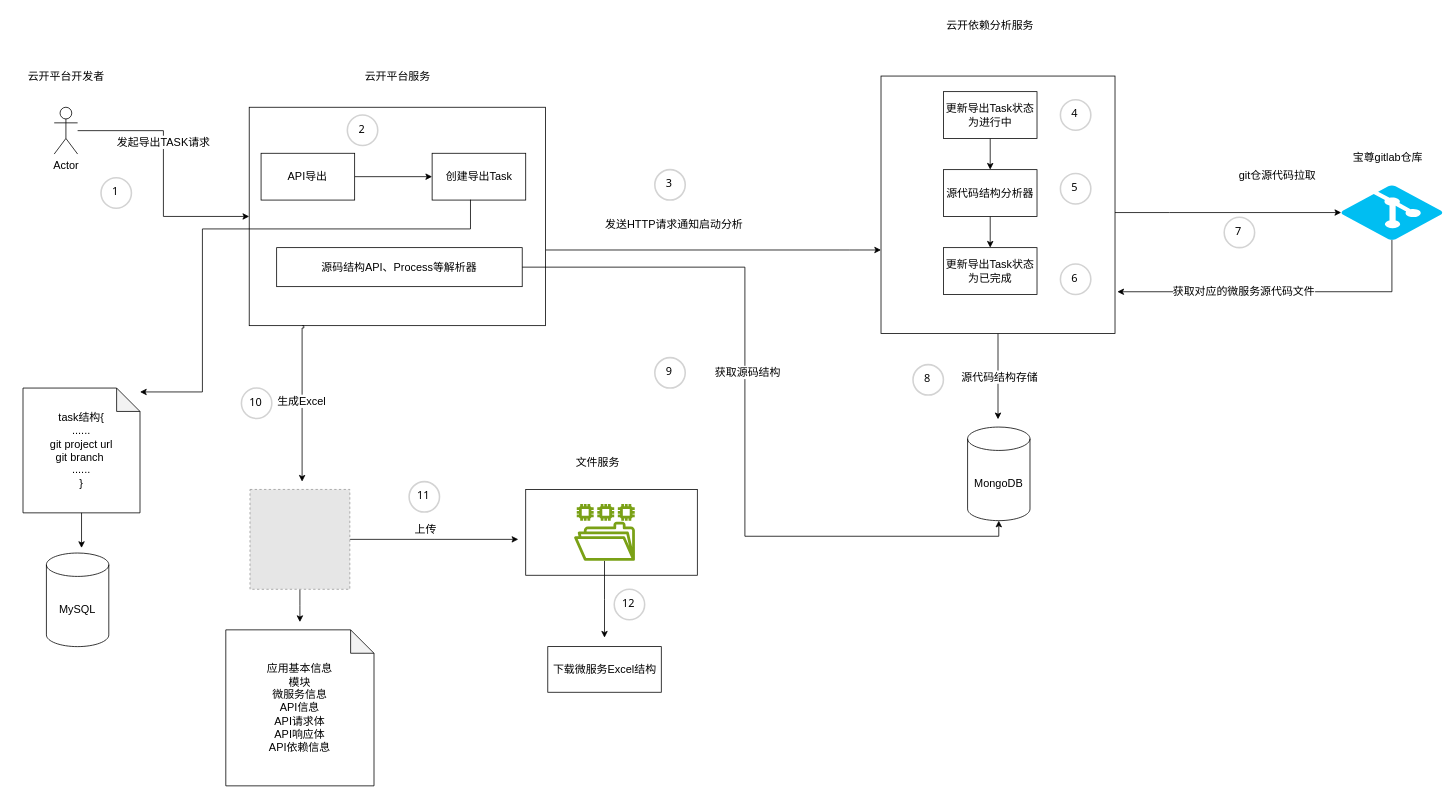
Above: 迁移工具设计.drawio in strongant/javassistTest (draw.io), before the change. Source tidied: cells renumbered, new cells numbered last; positions are measured from the earlier drawing's top-left corner, leaving out a move shared by most shapes. Both pictures are drawn from the tidied source at 78%, with x=0, y=0 at pixel (13, 13). Pictures stored in the file or linked from it are replaced by grey dashed boxes.
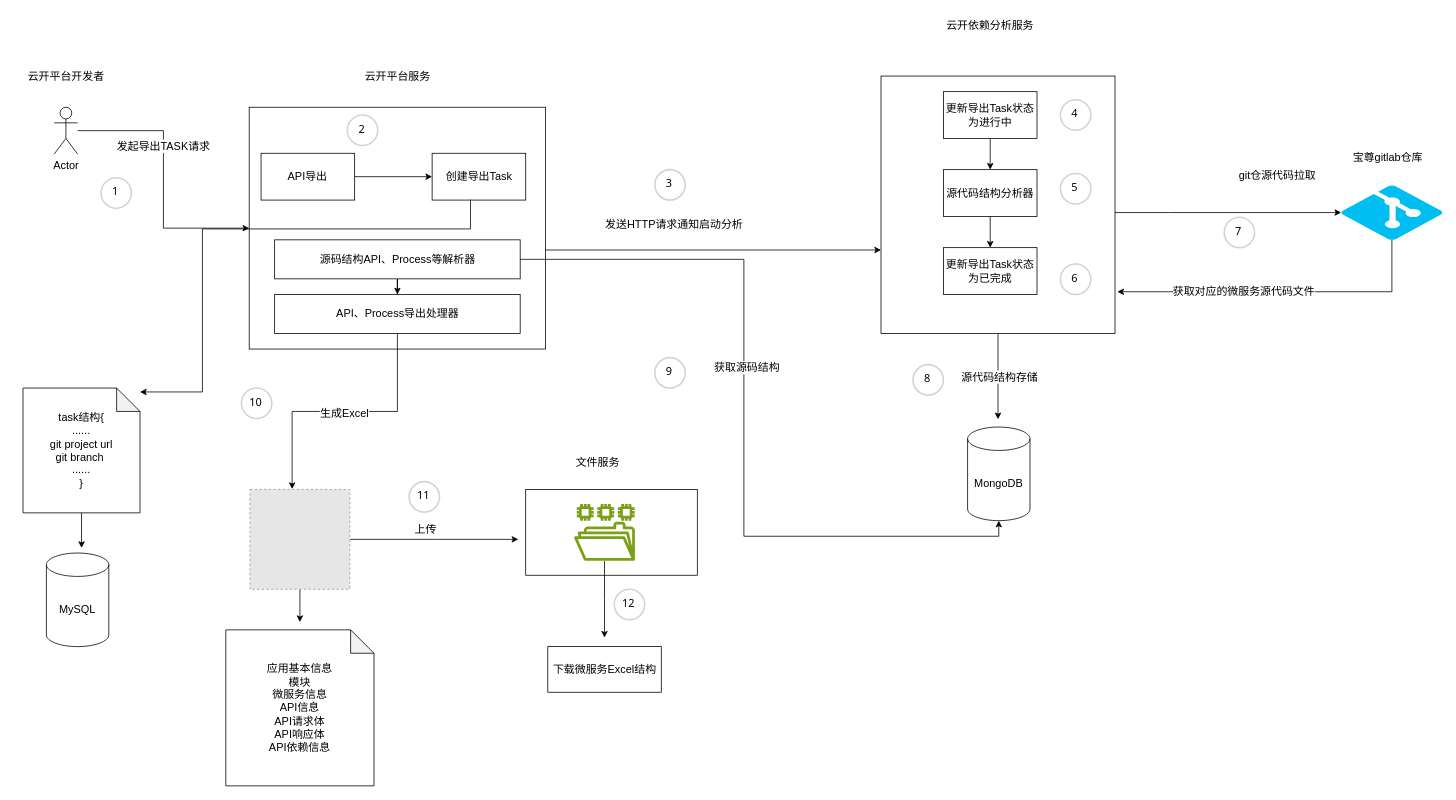
After the change.

Commit message:
Update 迁移工具设计.drawio

The change refers to these unchanged cells:
```xml
<mxCell id="29" style="fillColor=#E6E6E6;strokeColor=#999999;dashed=1;html=1;verticalAlign=top;verticalLabelPosition=bottom;labelBackgroundColor=#ffffff;fontSize=14;" parent="1" vertex="1">
  <mxGeometry x="303" y="610" width="128" height="128" as="geometry" />
</mxCell>
```

Change to the diagram source:
```diff
@@
     <mxCell id="3" style="rounded=0;whiteSpace=wrap;html=1;fontSize=14;" parent="1" vertex="1">
-      <mxGeometry x="302" y="120" width="380" height="280" as="geometry" />
+      <mxGeometry x="302" y="120" width="380" height="310" as="geometry" />
     </mxCell>
@@
-    <mxCell id="20" style="edgeStyle=orthogonalEdgeStyle;rounded=0;orthogonalLoop=1;jettySize=auto;html=1;" parent="1" edge="1">
-      <mxGeometry relative="1" as="geometry">
-        <mxPoint x="370" y="400" as="sourcePoint" />
-        <mxPoint x="369.8" y="600" as="targetPoint" />
-        <Array as="points">
-          <mxPoint x="372" y="400" />
-          <mxPoint x="372" y="403" />
-          <mxPoint x="370" y="403" />
-        </Array>
-      </mxGeometry>
-    </mxCell>
-    <mxCell id="21" value="生成Excel" style="edgeLabel;html=1;align=center;verticalAlign=middle;fontSize=14;" parent="20" vertex="1">
-      <mxGeometry x="-0.01" y="-1" relative="1" as="geometry" />
-    </mxCell>
@@
+    <mxCell id="61" style="edgeStyle=orthogonalEdgeStyle;rounded=0;jettySize=auto;html=1;" parent="1" edge="1" source="57" target="62">
+      <mxGeometry relative="1" as="geometry" />
+    </mxCell>
     <mxCell id="57" value="源码结构API、Process等解析器" style="rounded=0;whiteSpace=wrap;html=1;fontSize=14;" parent="1" vertex="1">
-      <mxGeometry x="337.2" y="300" width="314.8" height="50" as="geometry" />
+      <mxGeometry x="334.6" y="290" width="314.8" height="50" as="geometry" />
     </mxCell>
@@
+    <mxCell id="62" value="API、Process导出处理器" style="rounded=0;whiteSpace=wrap;html=1;fontSize=14;" parent="1" vertex="1">
+      <mxGeometry x="334.6" y="360" width="314.8" height="50" as="geometry" />
+    </mxCell>
+    <mxCell id="63" style="edgeStyle=orthogonalEdgeStyle;rounded=0;jettySize=auto;html=1;entryX=0.422;entryY=-0.004;entryDx=0;entryDy=0;entryPerimeter=0;" parent="1" edge="1" source="62" target="29">
+      <mxGeometry relative="1" as="geometry" />
+    </mxCell>
+    <mxCell id="21" value="生成Excel" style="edgeLabel;html=1;align=center;verticalAlign=middle;fontSize=14;" parent="63" vertex="1">
+      <mxGeometry x="0.01" y="1" relative="1" as="geometry" />
+    </mxCell>
```
